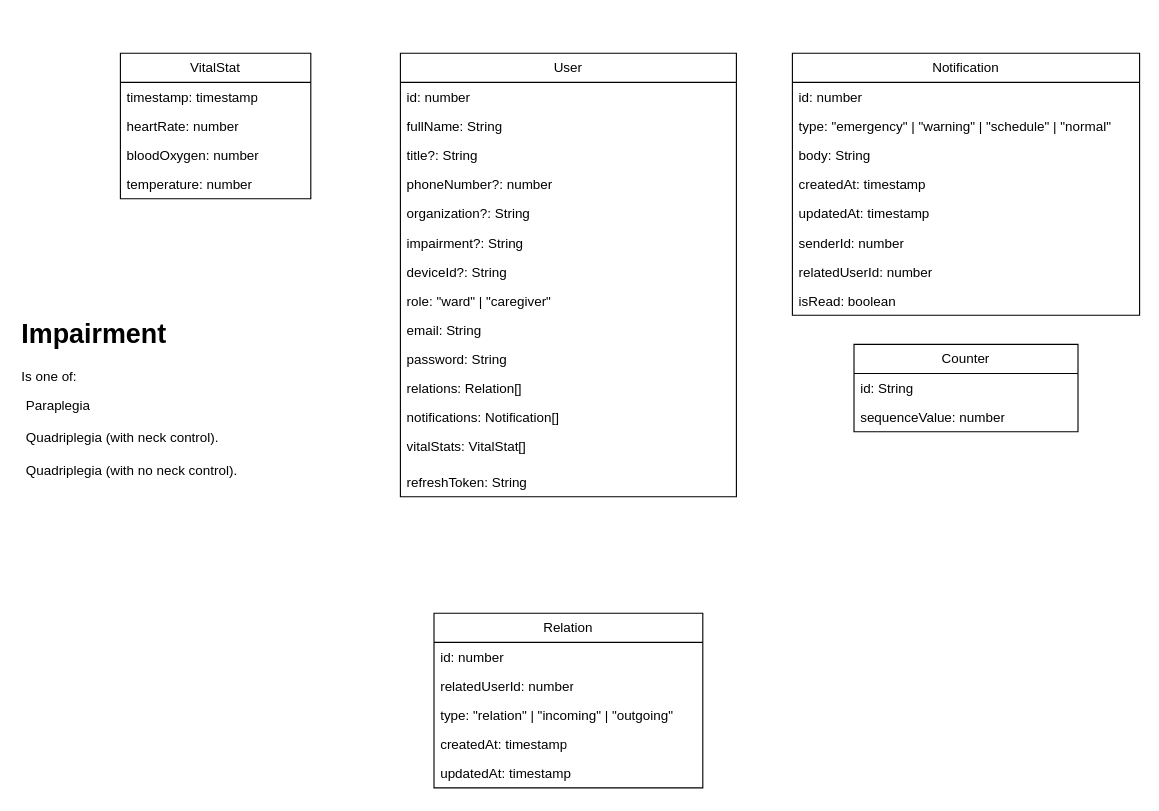
Earlier version of the draw.io diagram db_design.drawio (ahmed0nasser/gp-backend). Source tidied: cells renumbered, new cells numbered last; positions are measured from the earlier drawing's top-left corner, leaving out a move shared by most shapes. Both pictures are drawn from the tidied source at 112%, with x=0, y=0 at pixel (19, 53).
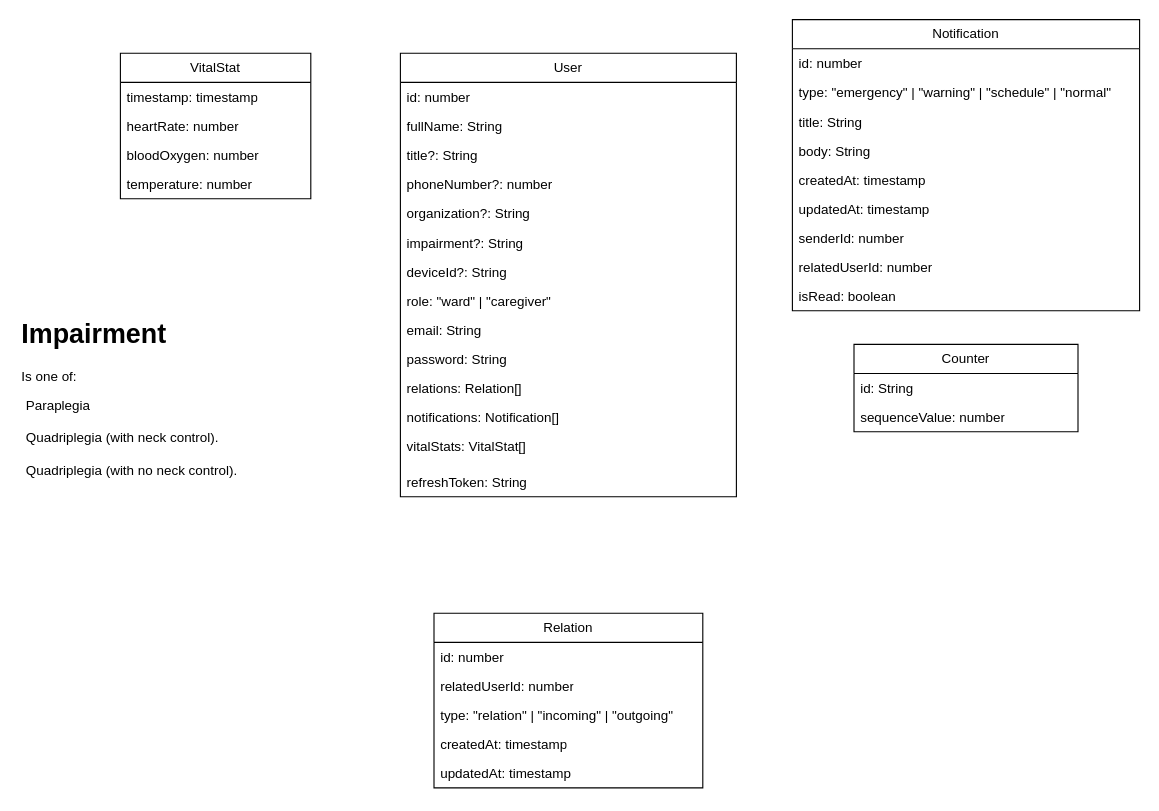
After the change.

Commit message:
Add missing field in Notification schema

Change to the diagram source:
```diff
@@
     <mxCell id="24" value="Notification" style="swimlane;fontStyle=0;horizontal=1;startSize=26;fillColor=none;whiteSpace=wrap;html=1;" parent="1" vertex="1">
-      <mxGeometry x="690" width="310" height="234" as="geometry" />
+      <mxGeometry x="690" y="-30" width="310" height="260" as="geometry" />
     </mxCell>
@@
+    <mxCell id="41" value="title: String" style="text;strokeColor=none;fillColor=none;align=left;verticalAlign=top;spacingLeft=4;spacingRight=4;overflow=hidden;whiteSpace=wrap;html=1;" parent="24" vertex="1">
+      <mxGeometry y="78" width="310" height="26" as="geometry" />
+    </mxCell>
     <mxCell id="27" value="body: String" style="text;strokeColor=none;fillColor=none;align=left;verticalAlign=top;spacingLeft=4;spacingRight=4;overflow=hidden;whiteSpace=wrap;html=1;" parent="24" vertex="1">
-      <mxGeometry y="78" width="310" height="26" as="geometry" />
+      <mxGeometry y="104" width="310" height="26" as="geometry" />
     </mxCell>
     <mxCell id="28" value="createdAt: timestamp" style="text;strokeColor=none;fillColor=none;align=left;verticalAlign=top;spacingLeft=4;spacingRight=4;overflow=hidden;whiteSpace=wrap;html=1;" parent="24" vertex="1">
-      <mxGeometry y="104" width="310" height="26" as="geometry" />
+      <mxGeometry y="130" width="310" height="26" as="geometry" />
     </mxCell>
     <mxCell id="29" value="updatedAt: timestamp" style="text;strokeColor=none;fillColor=none;align=left;verticalAlign=top;spacingLeft=4;spacingRight=4;overflow=hidden;whiteSpace=wrap;html=1;" parent="24" vertex="1">
-      <mxGeometry y="130" width="310" height="26" as="geometry" />
+      <mxGeometry y="156" width="310" height="26" as="geometry" />
     </mxCell>
     <mxCell id="30" value="senderId: number" style="text;strokeColor=none;fillColor=none;align=left;verticalAlign=top;spacingLeft=4;spacingRight=4;overflow=hidden;whiteSpace=wrap;html=1;" parent="24" vertex="1">
-      <mxGeometry y="156" width="310" height="26" as="geometry" />
+      <mxGeometry y="182" width="310" height="26" as="geometry" />
     </mxCell>
     <mxCell id="31" value="relatedUserId: number" style="text;strokeColor=none;fillColor=none;align=left;verticalAlign=top;spacingLeft=4;spacingRight=4;overflow=hidden;whiteSpace=wrap;html=1;" parent="24" vertex="1">
-      <mxGeometry y="182" width="310" height="26" as="geometry" />
+      <mxGeometry y="208" width="310" height="26" as="geometry" />
     </mxCell>
     <mxCell id="32" value="isRead: boolean" style="text;strokeColor=none;fillColor=none;align=left;verticalAlign=top;spacingLeft=4;spacingRight=4;overflow=hidden;whiteSpace=wrap;html=1;" parent="24" vertex="1">
-      <mxGeometry y="208" width="310" height="26" as="geometry" />
+      <mxGeometry y="234" width="310" height="26" as="geometry" />
     </mxCell>
```
